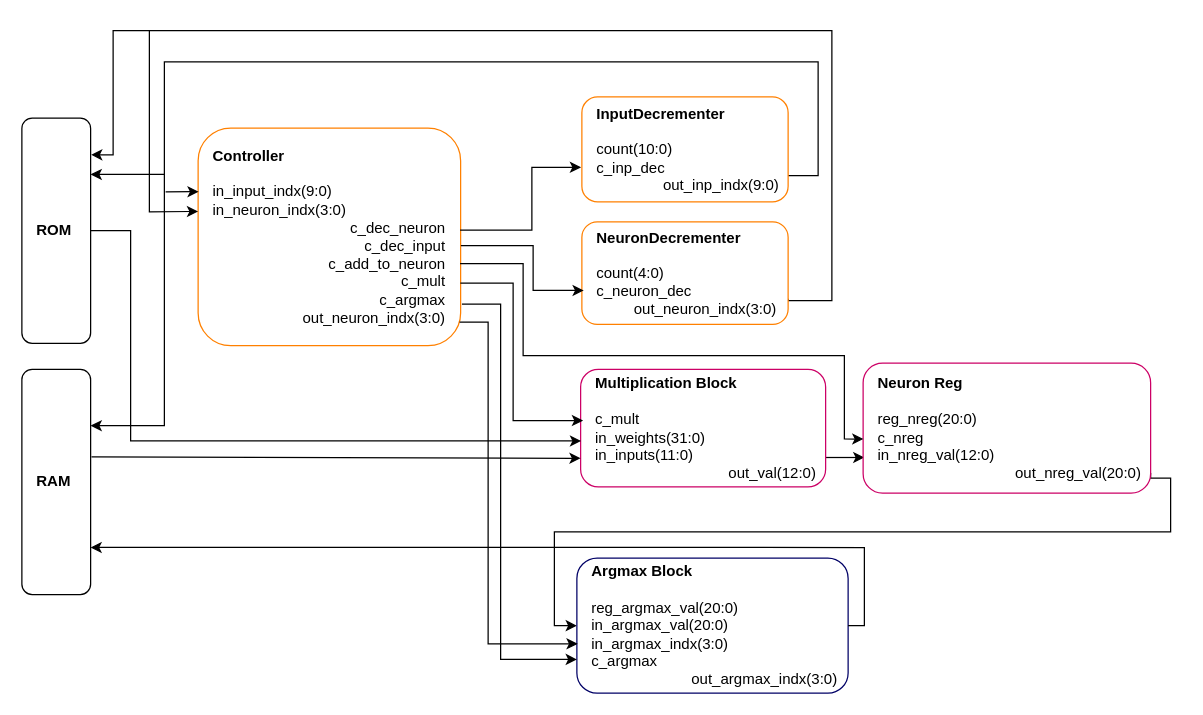
The draw.io diagram page "Page-3" (2 of 3) of concept.drawio in itsmartinhi/NN2HW, before the edit. Source tidied: cells renumbered, new cells numbered last; positions are measured from the earlier drawing's top-left corner, leaving out a move shared by most shapes. Both pictures are drawn from the tidied source at 125%, with x=0, y=0 at pixel (21, 30).
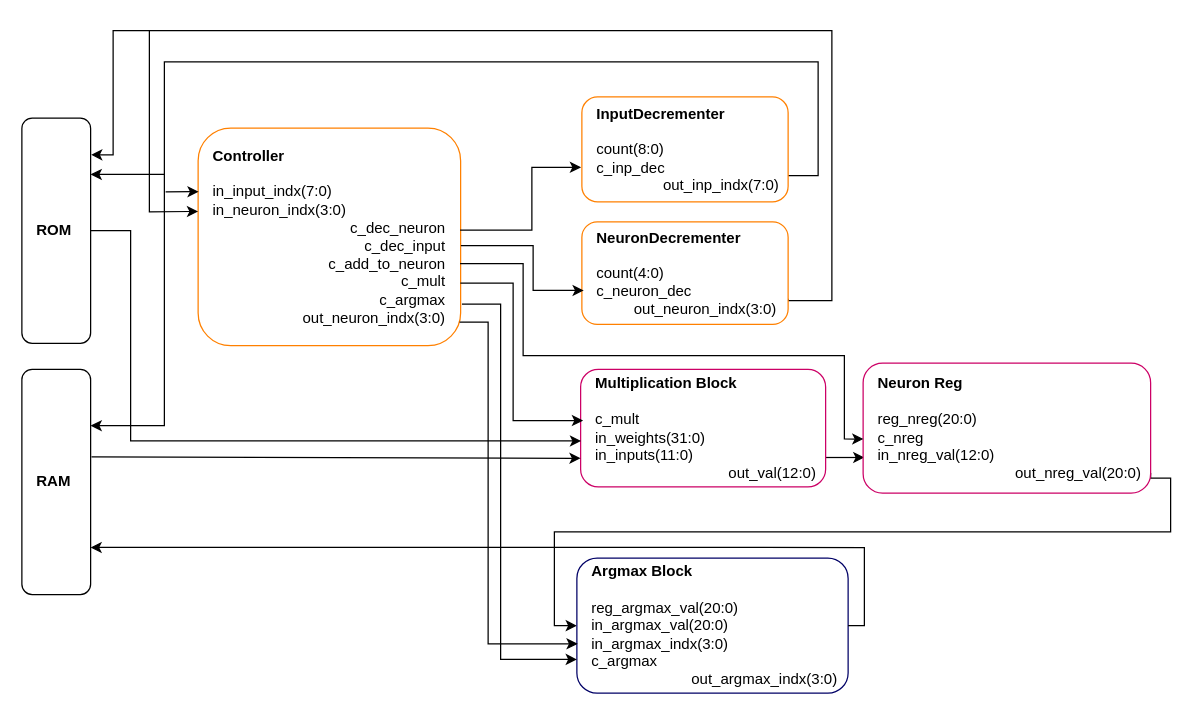
The same diagram, later.

Change to the diagram source:
```diff
@@
-    <mxCell id="3" value="&lt;b&gt;InputDecrementer&lt;/b&gt;&lt;br&gt;&lt;br&gt;count(10:0)&lt;br&gt;&lt;span style=&quot;text-align: right; background-color: initial;&quot;&gt;c_inp_dec&amp;nbsp; &amp;nbsp; &amp;nbsp; &amp;nbsp; &amp;nbsp;&amp;nbsp;&lt;/span&gt;&lt;span style=&quot;text-align: right; background-color: initial;&quot;&gt;&#9;&lt;/span&gt;&lt;span style=&quot;text-align: right; background-color: initial;&quot;&gt;&amp;nbsp; &amp;nbsp; &amp;nbsp; &amp;nbsp; &lt;span style=&quot;white-space: pre;&quot;&gt;&#9;&lt;/span&gt;&lt;span style=&quot;white-space: pre;&quot;&gt;&#9;&lt;/span&gt;out_inp_indx&lt;/span&gt;&lt;span style=&quot;background-color: initial; text-align: right;&quot;&gt;(9:0)&amp;nbsp;&lt;/span&gt;" style="rounded=1;whiteSpace=wrap;html=1;shadow=0;labelBackgroundColor=none;fontFamily=Helvetica;fontSize=12;align=left;spacingLeft=10;strokeColor=#FF8000;" parent="1" vertex="1">
+    <mxCell id="3" value="&lt;b&gt;InputDecrementer&lt;/b&gt;&lt;br&gt;&lt;br&gt;count(8:0)&lt;br&gt;&lt;span style=&quot;text-align: right; background-color: initial;&quot;&gt;c_inp_dec&amp;nbsp; &amp;nbsp; &amp;nbsp; &amp;nbsp; &amp;nbsp;&amp;nbsp;&lt;/span&gt;&lt;span style=&quot;text-align: right; background-color: initial;&quot;&gt;&#9;&lt;/span&gt;&lt;span style=&quot;text-align: right; background-color: initial;&quot;&gt;&amp;nbsp; &amp;nbsp; &amp;nbsp; &amp;nbsp; &lt;span style=&quot;white-space: pre;&quot;&gt;&#9;&lt;/span&gt;&lt;span style=&quot;white-space: pre;&quot;&gt;&#9;&lt;/span&gt;out_inp_indx&lt;/span&gt;&lt;span style=&quot;background-color: initial; text-align: right;&quot;&gt;(7:0)&amp;nbsp;&lt;/span&gt;" style="rounded=1;whiteSpace=wrap;html=1;shadow=0;labelBackgroundColor=none;fontFamily=Helvetica;fontSize=12;align=left;spacingLeft=10;strokeColor=#FF8000;" parent="1" vertex="1">
       <mxGeometry x="448" y="53" width="165" height="84" as="geometry" />
     </mxCell>
@@
-    <mxCell id="6" value="&lt;b&gt;Controller&lt;br&gt;&lt;/b&gt;&lt;br&gt;in_input_indx(9:0)&lt;br&gt;in_neuron_indx(3:0)&lt;br&gt;&lt;div style=&quot;text-align: right;&quot;&gt;&lt;span style=&quot;&quot;&gt;&#9;&lt;/span&gt;&lt;span style=&quot;&quot;&gt;&#9;&lt;/span&gt;&lt;span style=&quot;&quot;&gt;&#9;&lt;/span&gt;&lt;span style=&quot;&quot;&gt;&#9;&lt;/span&gt;&lt;span style=&quot;&quot;&gt;&#9;&lt;span style=&quot;&quot;&gt;&#9;&lt;/span&gt;&lt;/span&gt;&lt;/div&gt;&lt;div style=&quot;text-align: right;&quot;&gt;&amp;nbsp; &amp;nbsp;&amp;nbsp;&lt;span style=&quot;white-space: pre;&quot;&gt;&#9;&lt;/span&gt;&amp;nbsp; &amp;nbsp; &amp;nbsp; &amp;nbsp; &amp;nbsp; &amp;nbsp; &amp;nbsp; &amp;nbsp; &amp;nbsp; &amp;nbsp; &amp;nbsp; &amp;nbsp; &amp;nbsp;&lt;span style=&quot;&quot;&gt;c_dec_neuron&lt;/span&gt;&lt;/div&gt;&lt;span style=&quot;&quot;&gt;&lt;div style=&quot;text-align: right;&quot;&gt;&amp;nbsp;c_dec_input&lt;br&gt;&lt;/div&gt;&#9;&lt;/span&gt;&lt;span style=&quot;&quot;&gt;&lt;div style=&quot;text-align: right;&quot;&gt;&lt;span style=&quot;&quot;&gt;&#9;&lt;/span&gt;&lt;span style=&quot;&quot;&gt;&#9;&lt;/span&gt;&lt;span style=&quot;&quot;&gt;&#9;&lt;/span&gt;&lt;span style=&quot;&quot;&gt;&#9;&lt;/span&gt;&lt;span style=&quot;&quot;&gt;&#9;&lt;/span&gt;c_add_to_neuron&lt;/div&gt;&#9;&lt;/span&gt;&lt;span style=&quot;&quot;&gt;&lt;div style=&quot;text-align: right;&quot;&gt;&lt;span style=&quot;&quot;&gt;&#9;&lt;/span&gt;&lt;span style=&quot;&quot;&gt;&#9;&lt;/span&gt;&lt;span style=&quot;&quot;&gt;&#9;&lt;/span&gt;&lt;span style=&quot;&quot;&gt;&#9;&lt;/span&gt;&lt;span style=&quot;&quot;&gt;&#9;&lt;/span&gt;c_mult&lt;/div&gt;&#9;&lt;/span&gt;&lt;div style=&quot;text-align: right;&quot;&gt;c_argmax&lt;/div&gt;&lt;span style=&quot;&quot;&gt;&lt;div style=&quot;text-align: right;&quot;&gt;out_neuron_indx(3:0)&lt;/div&gt;&lt;/span&gt;" style="rounded=1;whiteSpace=wrap;html=1;shadow=0;labelBackgroundColor=default;fontFamily=Helvetica;fontSize=12;align=left;spacingLeft=10;verticalAlign=middle;strokeColor=#FF8000;" parent="1" vertex="1">
+    <mxCell id="6" value="&lt;b&gt;Controller&lt;br&gt;&lt;/b&gt;&lt;br&gt;in_input_indx(7:0)&lt;br&gt;in_neuron_indx(3:0)&lt;br&gt;&lt;div style=&quot;text-align: right;&quot;&gt;&lt;span style=&quot;&quot;&gt;&#9;&lt;/span&gt;&lt;span style=&quot;&quot;&gt;&#9;&lt;/span&gt;&lt;span style=&quot;&quot;&gt;&#9;&lt;/span&gt;&lt;span style=&quot;&quot;&gt;&#9;&lt;/span&gt;&lt;span style=&quot;&quot;&gt;&#9;&lt;span style=&quot;&quot;&gt;&#9;&lt;/span&gt;&lt;/span&gt;&lt;/div&gt;&lt;div style=&quot;text-align: right;&quot;&gt;&amp;nbsp; &amp;nbsp;&amp;nbsp;&lt;span style=&quot;white-space: pre;&quot;&gt;&#9;&lt;/span&gt;&amp;nbsp; &amp;nbsp; &amp;nbsp; &amp;nbsp; &amp;nbsp; &amp;nbsp; &amp;nbsp; &amp;nbsp; &amp;nbsp; &amp;nbsp; &amp;nbsp; &amp;nbsp; &amp;nbsp;&lt;span style=&quot;&quot;&gt;c_dec_neuron&lt;/span&gt;&lt;/div&gt;&lt;span style=&quot;&quot;&gt;&lt;div style=&quot;text-align: right;&quot;&gt;&amp;nbsp;c_dec_input&lt;br&gt;&lt;/div&gt;&#9;&lt;/span&gt;&lt;span style=&quot;&quot;&gt;&lt;div style=&quot;text-align: right;&quot;&gt;&lt;span style=&quot;&quot;&gt;&#9;&lt;/span&gt;&lt;span style=&quot;&quot;&gt;&#9;&lt;/span&gt;&lt;span style=&quot;&quot;&gt;&#9;&lt;/span&gt;&lt;span style=&quot;&quot;&gt;&#9;&lt;/span&gt;&lt;span style=&quot;&quot;&gt;&#9;&lt;/span&gt;c_add_to_neuron&lt;/div&gt;&#9;&lt;/span&gt;&lt;span style=&quot;&quot;&gt;&lt;div style=&quot;text-align: right;&quot;&gt;&lt;span style=&quot;&quot;&gt;&#9;&lt;/span&gt;&lt;span style=&quot;&quot;&gt;&#9;&lt;/span&gt;&lt;span style=&quot;&quot;&gt;&#9;&lt;/span&gt;&lt;span style=&quot;&quot;&gt;&#9;&lt;/span&gt;&lt;span style=&quot;&quot;&gt;&#9;&lt;/span&gt;c_mult&lt;/div&gt;&#9;&lt;/span&gt;&lt;div style=&quot;text-align: right;&quot;&gt;c_argmax&lt;/div&gt;&lt;span style=&quot;&quot;&gt;&lt;div style=&quot;text-align: right;&quot;&gt;out_neuron_indx(3:0)&lt;/div&gt;&lt;/span&gt;" style="rounded=1;whiteSpace=wrap;html=1;shadow=0;labelBackgroundColor=default;fontFamily=Helvetica;fontSize=12;align=left;spacingLeft=10;verticalAlign=middle;strokeColor=#FF8000;" parent="1" vertex="1">
       <mxGeometry x="141" y="78" width="210" height="174" as="geometry" />
     </mxCell>
```
